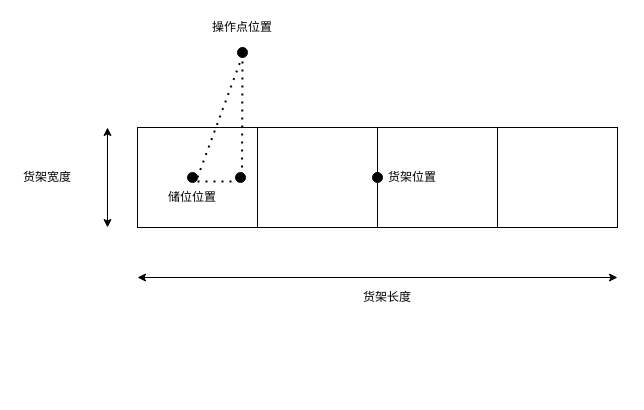
Before: ctuFrame.drawio in hookex/chart, a draw.io diagram. Source tidied: cells renumbered, new cells numbered last; positions are measured from the earlier drawing's top-left corner, leaving out a move shared by most shapes. Both pictures are drawn from the tidied source at 100%, with x=0, y=0 at pixel (17, 17).
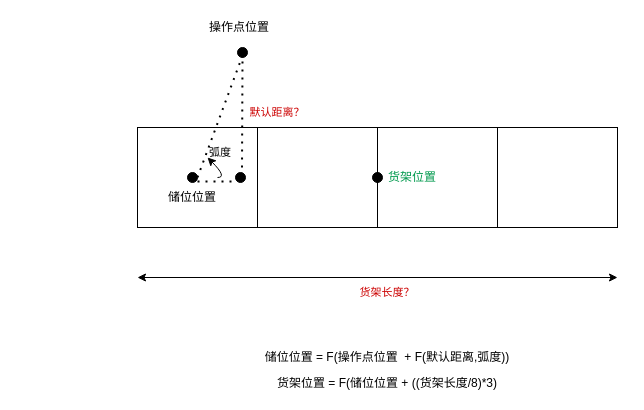
After the change.

The edit, as a diff of the source:
```diff
@@
-    <mxCell id="7" value="货架长度" style="text;html=1;strokeColor=none;fillColor=none;align=center;verticalAlign=middle;whiteSpace=wrap;rounded=0;" parent="1" vertex="1">
-      <mxGeometry x="340" y="270" width="60" height="20" as="geometry" />
-    </mxCell>
-    <mxCell id="8" value="货架宽度" style="text;html=1;strokeColor=none;fillColor=none;align=center;verticalAlign=middle;whiteSpace=wrap;rounded=0;" parent="1" vertex="1">
-      <mxGeometry y="150" width="60" height="20" as="geometry" />
-    </mxCell>
-    <mxCell id="9" style="endArrow=classic;startArrow=classic;html=1;" parent="1" edge="1">
-      <mxGeometry relative="1" as="geometry">
-        <mxPoint x="90" y="210" as="sourcePoint" />
-        <mxPoint x="90" y="110" as="targetPoint" />
-      </mxGeometry>
-    </mxCell>
@@
-    <mxCell id="14" value="货架位置" style="text;html=1;strokeColor=none;fillColor=none;align=center;verticalAlign=middle;whiteSpace=wrap;rounded=0;" parent="1" vertex="1">
+    <mxCell id="14" value="货架位置" style="text;html=1;strokeColor=none;fillColor=none;align=center;verticalAlign=middle;whiteSpace=wrap;rounded=0;fontColor=#00994D;" parent="1" vertex="1">
       <mxGeometry x="365" y="150" width="60" height="20" as="geometry" />
     </mxCell>
@@
-    <mxCell id="16" value="操作点位置" style="text;html=1;strokeColor=none;fillColor=none;align=center;verticalAlign=middle;whiteSpace=wrap;rounded=0;" parent="1" vertex="1">
+    <mxCell id="16" value="操作点位置" style="text;html=1;strokeColor=none;fillColor=none;align=left;verticalAlign=middle;whiteSpace=wrap;rounded=0;" parent="1" vertex="1">
       <mxGeometry x="190" width="70" height="20" as="geometry" />
     </mxCell>
@@
+    <mxCell id="21" value="货架位置 = F(储位位置&amp;nbsp;+ ((货架长度/8)*3)" style="text;html=1;strokeColor=none;fillColor=none;align=center;verticalAlign=middle;whiteSpace=wrap;rounded=0;" parent="1" vertex="1">
+      <mxGeometry x="165" y="356" width="410" height="20" as="geometry" />
+    </mxCell>
+    <mxCell id="22" style="curved=1;endArrow=classic;html=1;" parent="1" edge="1">
+      <mxGeometry relative="1" as="geometry">
+        <mxPoint x="200" y="160" as="sourcePoint" />
+        <mxPoint x="190" y="140" as="targetPoint" />
+        <Array as="points">
+          <mxPoint x="210" y="160" />
+        </Array>
+      </mxGeometry>
+    </mxCell>
+    <mxCell id="23" value="&lt;font style=&quot;font-size: 11px&quot;&gt;弧度&lt;/font&gt;" style="text;html=1;strokeColor=none;fillColor=none;align=center;verticalAlign=middle;whiteSpace=wrap;rounded=0;" parent="1" vertex="1">
+      <mxGeometry x="188" y="130" width="30" height="10" as="geometry" />
+    </mxCell>
+    <mxCell id="24" value="&lt;font style=&quot;font-size: 11px&quot;&gt;默认距离？&lt;/font&gt;" style="text;html=1;strokeColor=none;fillColor=none;align=center;verticalAlign=middle;whiteSpace=wrap;rounded=0;fontColor=#CC0000;" parent="1" vertex="1">
+      <mxGeometry x="205" y="90" width="110" height="10" as="geometry" />
+    </mxCell>
+    <mxCell id="25" value="储位位置 = F(操作点位置&amp;nbsp; + F(默认距离,弧度))" style="text;html=1;strokeColor=none;fillColor=none;align=center;verticalAlign=middle;whiteSpace=wrap;rounded=0;" parent="1" vertex="1">
+      <mxGeometry x="165" y="330" width="410" height="20" as="geometry" />
+    </mxCell>
+    <mxCell id="26" value="&lt;font style=&quot;font-size: 11px&quot;&gt;货架长度？&lt;/font&gt;" style="text;html=1;strokeColor=none;fillColor=none;align=center;verticalAlign=middle;whiteSpace=wrap;rounded=0;fontColor=#CC0000;" parent="1" vertex="1">
+      <mxGeometry x="315" y="270" width="110" height="10" as="geometry" />
+    </mxCell>
```
